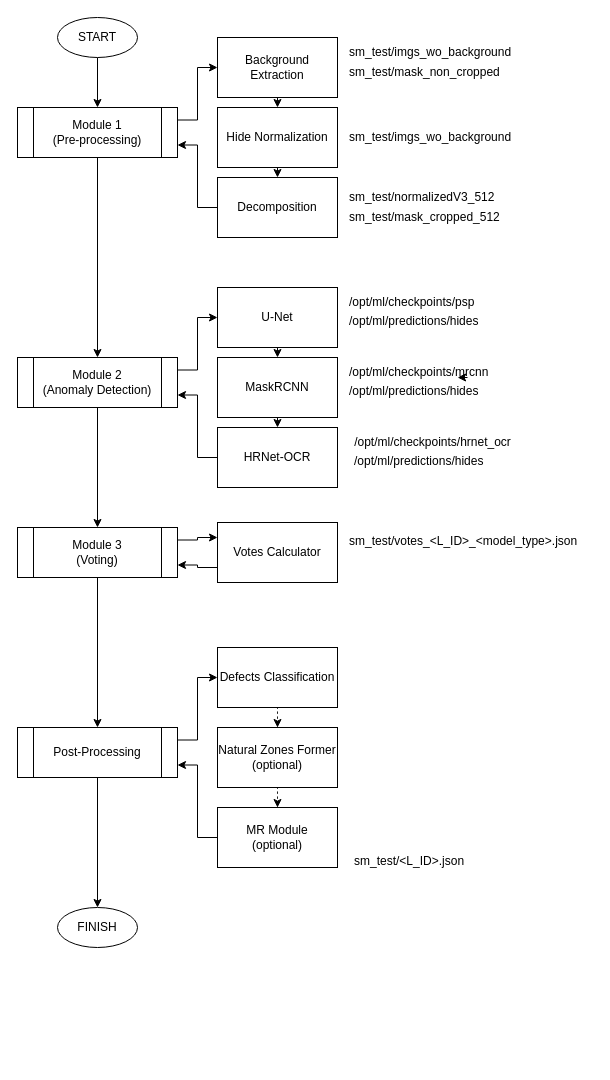
Above: local_defect.drawio in Mike335207/work (draw.io), before the change. Source tidied: cells renumbered, new cells numbered last; positions are measured from the earlier drawing's top-left corner, leaving out a move shared by most shapes. Both pictures are drawn from the tidied source at 100%, with x=0, y=0 at pixel (17, 17).
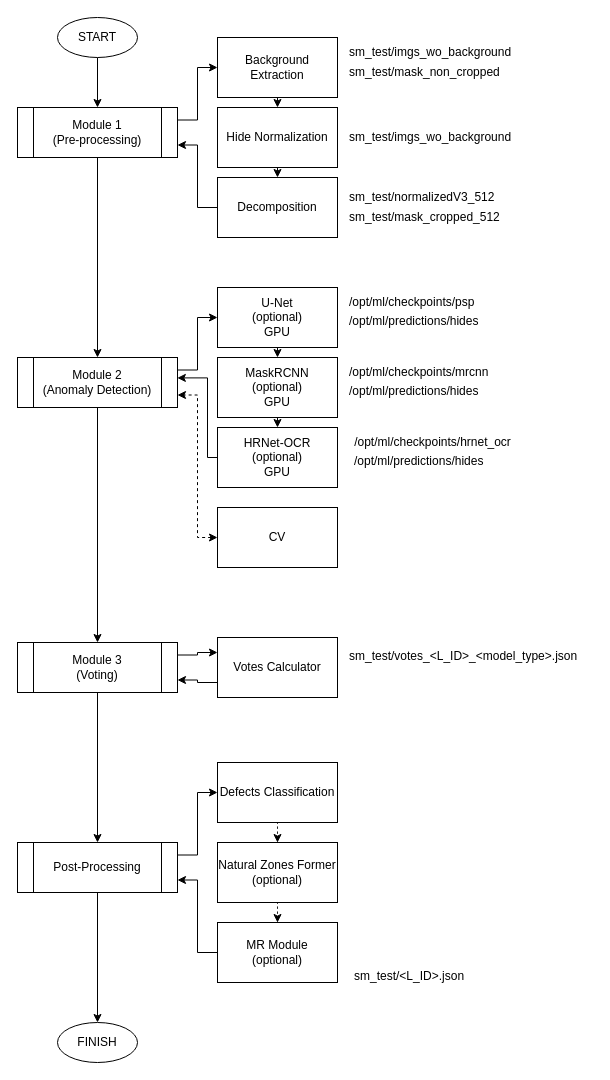
The same diagram, later.

Unchanged cells that the change refers to:
```xml
<mxCell id="13" value="Module 2&lt;br&gt;(Anomaly Detection)" style="shape=process;whiteSpace=wrap;html=1;backgroundOutline=1;" parent="1" vertex="1">
  <mxGeometry y="340" width="160" height="50" as="geometry" />
</mxCell>
<mxCell id="47" value="/opt/ml/predictions/hides" style="text;whiteSpace=wrap;html=1;" parent="1" vertex="1">
  <mxGeometry x="330" y="360" width="160" height="40" as="geometry" />
</mxCell>
```

Change to the diagram source:
```diff
@@
     <mxCell id="16" value="Module 3&lt;br&gt;(Voting)" style="shape=process;whiteSpace=wrap;html=1;backgroundOutline=1;" parent="1" vertex="1">
-      <mxGeometry y="510" width="160" height="50" as="geometry" />
+      <mxGeometry y="625" width="160" height="50" as="geometry" />
     </mxCell>
@@
     <mxCell id="19" value="Post-Processing" style="shape=process;whiteSpace=wrap;html=1;backgroundOutline=1;" parent="1" vertex="1">
-      <mxGeometry y="710" width="160" height="50" as="geometry" />
+      <mxGeometry y="825" width="160" height="50" as="geometry" />
     </mxCell>
@@
-    <mxCell id="21" value="U-Net" style="rounded=0;whiteSpace=wrap;html=1;" parent="1" vertex="1">
+    <mxCell id="21" value="U-Net&lt;br&gt;(optional)&lt;br&gt;GPU" style="rounded=0;whiteSpace=wrap;html=1;" parent="1" vertex="1">
       <mxGeometry x="200" y="270" width="120" height="60" as="geometry" />
     </mxCell>
@@
-    <mxCell id="23" value="MaskRCNN" style="rounded=0;whiteSpace=wrap;html=1;" parent="1" vertex="1">
+    <mxCell id="23" value="MaskRCNN&lt;br&gt;(optional)&lt;br&gt;GPU" style="rounded=0;whiteSpace=wrap;html=1;" parent="1" vertex="1">
       <mxGeometry x="200" y="340" width="120" height="60" as="geometry" />
     </mxCell>
-    <mxCell id="24" style="edgeStyle=orthogonalEdgeStyle;rounded=0;jettySize=auto;html=1;exitX=0;exitY=0.5;exitDx=0;exitDy=0;entryX=1;entryY=0.75;entryDx=0;entryDy=0;" parent="1" edge="1" source="25" target="13">
-      <mxGeometry relative="1" as="geometry" />
+    <mxCell id="24" style="edgeStyle=orthogonalEdgeStyle;rounded=0;jettySize=auto;html=1;exitX=0;exitY=0.5;exitDx=0;exitDy=0;entryX=0.999;entryY=0.408;entryDx=0;entryDy=0;entryPerimeter=0;" parent="1" edge="1" source="25" target="13">
+      <mxGeometry relative="1" as="geometry">
+        <Array as="points">
+          <mxPoint x="190" y="440" />
+          <mxPoint x="190" y="360" />
+        </Array>
+      </mxGeometry>
     </mxCell>
-    <mxCell id="25" value="HRNet-OCR" style="rounded=0;whiteSpace=wrap;html=1;" parent="1" vertex="1">
+    <mxCell id="25" value="HRNet-OCR&lt;br&gt;(optional)&lt;br&gt;GPU" style="rounded=0;whiteSpace=wrap;html=1;" parent="1" vertex="1">
       <mxGeometry x="200" y="410" width="120" height="60" as="geometry" />
     </mxCell>
@@
     <mxCell id="27" value="Votes Calculator" style="rounded=0;whiteSpace=wrap;html=1;" parent="1" vertex="1">
-      <mxGeometry x="200" y="505" width="120" height="60" as="geometry" />
+      <mxGeometry x="200" y="620" width="120" height="60" as="geometry" />
     </mxCell>
@@
     <mxCell id="29" value="Defects Classification" style="rounded=0;whiteSpace=wrap;html=1;" parent="1" vertex="1">
-      <mxGeometry x="200" y="630" width="120" height="60" as="geometry" />
+      <mxGeometry x="200" y="745" width="120" height="60" as="geometry" />
     </mxCell>
@@
     <mxCell id="31" value="Natural Zones Former&lt;br&gt;(optional)" style="rounded=0;whiteSpace=wrap;html=1;" parent="1" vertex="1">
-      <mxGeometry x="200" y="710" width="120" height="60" as="geometry" />
+      <mxGeometry x="200" y="825" width="120" height="60" as="geometry" />
     </mxCell>
@@
     <mxCell id="33" value="MR Module&lt;br&gt;(optional)" style="rounded=0;whiteSpace=wrap;html=1;" parent="1" vertex="1">
-      <mxGeometry x="200" y="790" width="120" height="60" as="geometry" />
+      <mxGeometry x="200" y="905" width="120" height="60" as="geometry" />
     </mxCell>
@@
     <mxCell id="36" value="FINISH" style="ellipse;whiteSpace=wrap;html=1;" parent="1" vertex="1">
-      <mxGeometry x="40" y="890" width="80" height="40" as="geometry" />
+      <mxGeometry x="40" y="1005" width="80" height="40" as="geometry" />
     </mxCell>
@@
-    <mxCell id="48" style="edgeStyle=orthogonalEdgeStyle;rounded=0;orthogonalLoop=1;jettySize=auto;html=1;exitX=0.75;exitY=0;exitDx=0;exitDy=0;entryX=0.688;entryY=0;entryDx=0;entryDy=0;entryPerimeter=0;" parent="1" edge="1" source="47" target="47">
-      <mxGeometry relative="1" as="geometry" />
-    </mxCell>
     <mxCell id="49" value="sm_test/votes_&amp;lt;L_ID&amp;gt;_&amp;lt;model_type&amp;gt;.json" style="text;whiteSpace=wrap;html=1;" parent="1" vertex="1">
-      <mxGeometry x="330" y="510" width="240" height="30" as="geometry" />
+      <mxGeometry x="330" y="625" width="240" height="30" as="geometry" />
     </mxCell>
     <mxCell id="50" value="sm_test/&amp;lt;L_ID&amp;gt;.json" style="text;whiteSpace=wrap;html=1;" parent="1" vertex="1">
-      <mxGeometry x="335" y="830" width="240" height="30" as="geometry" />
+      <mxGeometry x="335" y="945" width="240" height="30" as="geometry" />
     </mxCell>
+    <mxCell id="51" style="edgeStyle=orthogonalEdgeStyle;rounded=0;jettySize=auto;html=1;exitX=0;exitY=0.5;exitDx=0;exitDy=0;entryX=1;entryY=0.75;entryDx=0;entryDy=0;dashed=1;startArrow=classic;startFill=1;" parent="1" edge="1" source="52" target="13">
+      <mxGeometry relative="1" as="geometry" />
+    </mxCell>
+    <mxCell id="52" value="CV" style="rounded=0;whiteSpace=wrap;html=1;" parent="1" vertex="1">
+      <mxGeometry x="200" y="490" width="120" height="60" as="geometry" />
+    </mxCell>
```
